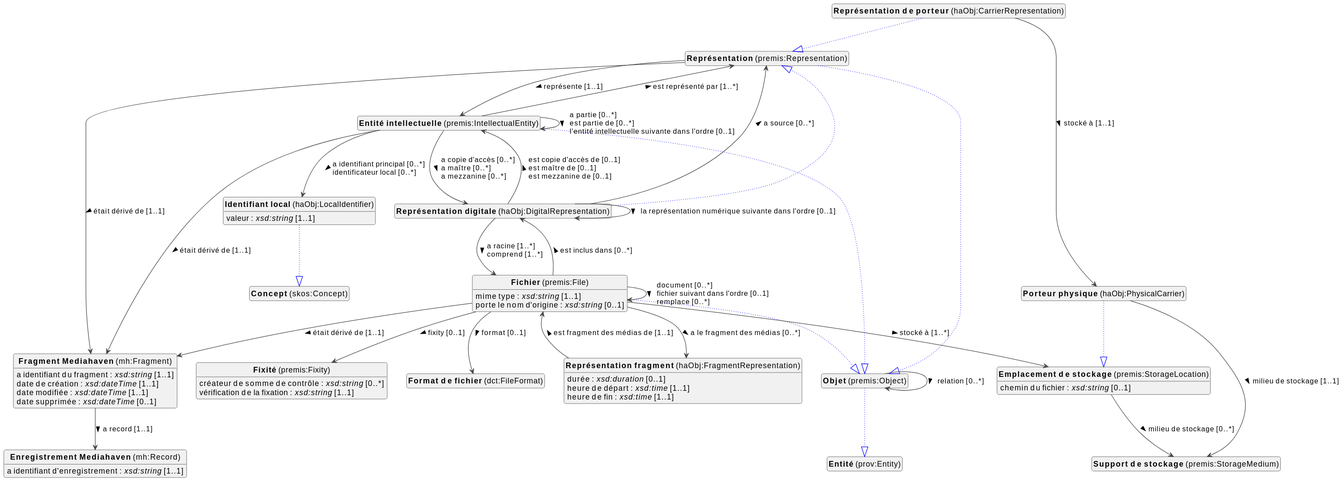
Earlier version of the PlantUML export docs/metadata/knowledge-graph/0.0.1/objects/fr/objects-diagram.svg (viaacode/documentation-jekyll).
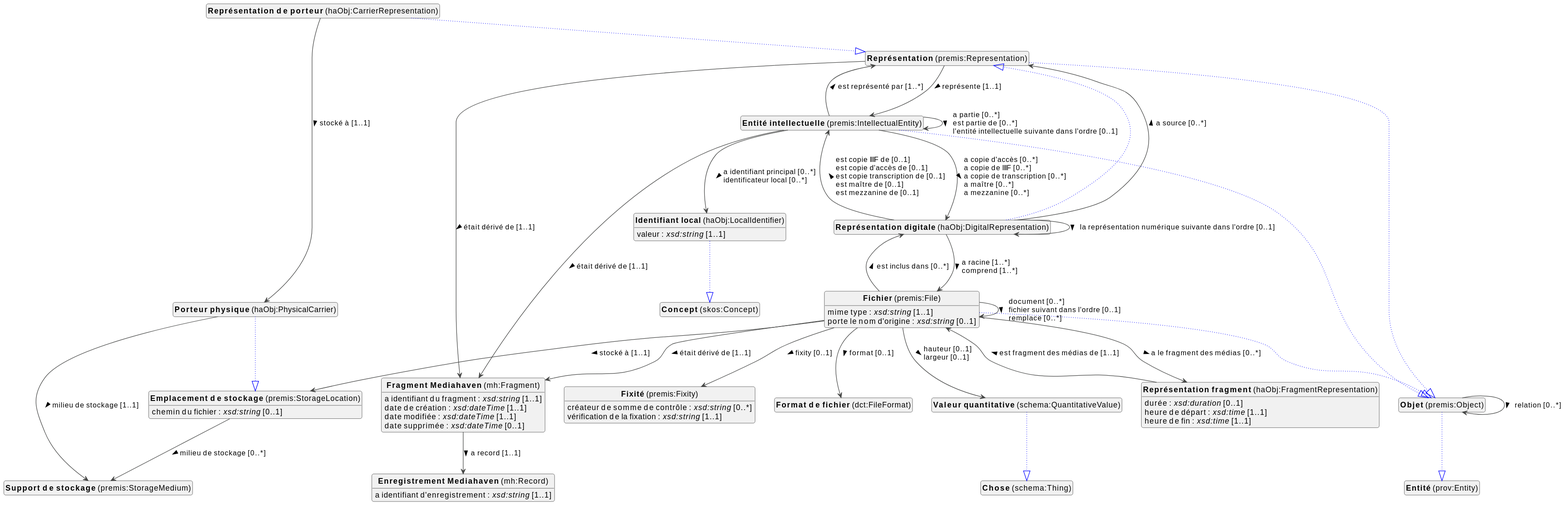
Later version of the same file.

Change to the diagram source:
```diff
@@ -33,6 +33,8 @@
 class "<b>Représentation</b> (premis:Representation)" as premis_Representation [[#premis%3ARepresentation]]
 class "<b>Représentation fragment</b> (haObj:FragmentRepresentation)" as haObj_FragmentRepresentation [[#haObj%3AFragmentRepresentation]]
 class "<b>Support de stockage</b> (premis:StorageMedium)" as premis_StorageMedium [[#premis%3AStorageMedium]]
+class "<b>Valeur quantitative</b> (schema:QuantitativeValue)" as schema_QuantitativeValue [[../../description/fr#schema%3AQuantitativeValue]]
+class "<b>Chose</b> (schema:Thing)" as schema_Thing [[#schema%3AThing]]
 
 
 premis_StorageLocation : chemin du fichier : <i>xsd:string</i> [0..1]
@@ -45,7 +47,7 @@
 
 premis_IntellectualEntity --|> premis_Object #blue;line.dotted;text:blue
 
-premis_IntellectualEntity --> haObj_DigitalRepresentation :a copie d'accès [0..*]  \la maître [0..*]  \la mezzanine [0..*]  >
+premis_IntellectualEntity --> haObj_DigitalRepresentation :a copie d'accès [0..*]  \la copie de IIIF [0..*]  \la copie de transcription [0..*]  \la maître [0..*]  \la mezzanine [0..*]  >
 premis_IntellectualEntity --> haObj_LocalIdentifier :a identifiant principal [0..*]  \lidentificateur local [0..*]  >
 premis_IntellectualEntity --> mh_Fragment :était dérivé de [1..1]  >
 premis_IntellectualEntity --> premis_IntellectualEntity :a partie [0..*]  \lest partie de [0..*]  \ll'entité intellectuelle suivante dans l'ordre [0..1]  >
@@ -62,7 +64,8 @@
 premis_File --> mh_Fragment :était dérivé de [1..1]  >
 premis_File --> premis_File :document [0..*]  \lfichier suivant dans l'ordre [0..1]  \lremplace [0..*]  >
 premis_File --> premis_Fixity :fixity [0..1]  >
-premis_File --> premis_StorageLocation :stocké à [1..*]  >
+premis_File --> premis_StorageLocation :stocké à [1..1]  >
+premis_File --> schema_QuantitativeValue :hauteur [0..1]  \llargeur [0..1]  >
 
 
 
@@ -108,7 +111,7 @@
 
 haObj_DigitalRepresentation --> haObj_DigitalRepresentation :la représentation numérique suivante dans l'ordre [0..1]  >
 haObj_DigitalRepresentation --> premis_File :a racine [1..*]  \lcomprend [1..*]  >
-haObj_DigitalRepresentation --> premis_IntellectualEntity :est copie d'accès de [0..1]  \lest maître de [0..1]  \lest mezzanine de [0..1]  >
+haObj_DigitalRepresentation --> premis_IntellectualEntity :est copie IIIF de [0..1]  \lest copie d'accès de [0..1]  \lest copie transcription de [0..1]  \lest maître de [0..1]  \lest mezzanine de [0..1]  >
 haObj_DigitalRepresentation --> premis_Representation :a source [0..*]  >
 
 
@@ -121,6 +124,9 @@
 
 
 
+schema_QuantitativeValue --|> schema_Thing #blue;line.dotted;text:blue
+
+
 
 hide circle
 hide methods
```
